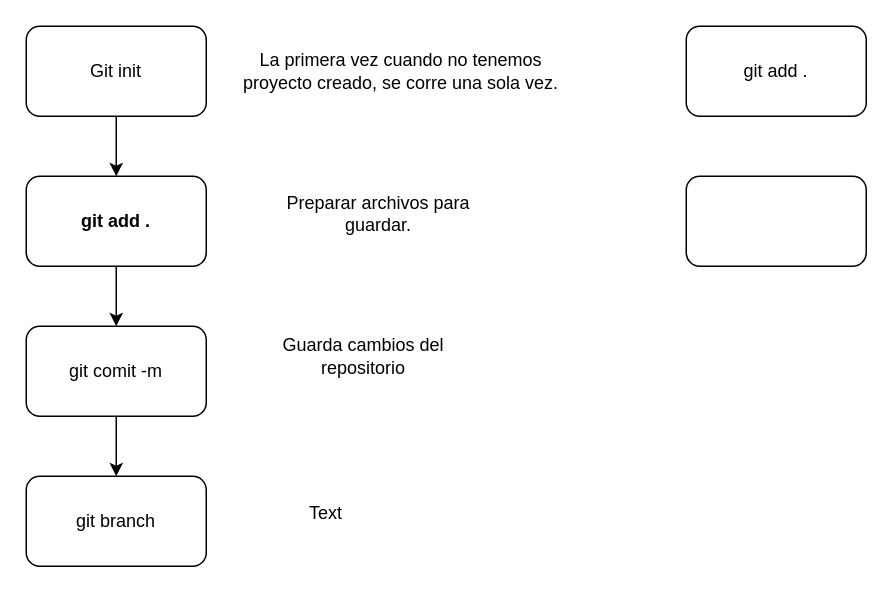
Before: page "Page-1" (1 of 2) of flujo.dio in arevaloramirezmariavictoria1/pagina-web-anime, a draw.io diagram. Source tidied: cells renumbered, new cells numbered last; positions are measured from the earlier drawing's top-left corner, leaving out a move shared by most shapes. Both pictures are drawn from the tidied source at 150%, with x=0, y=0 at pixel (26, 26).
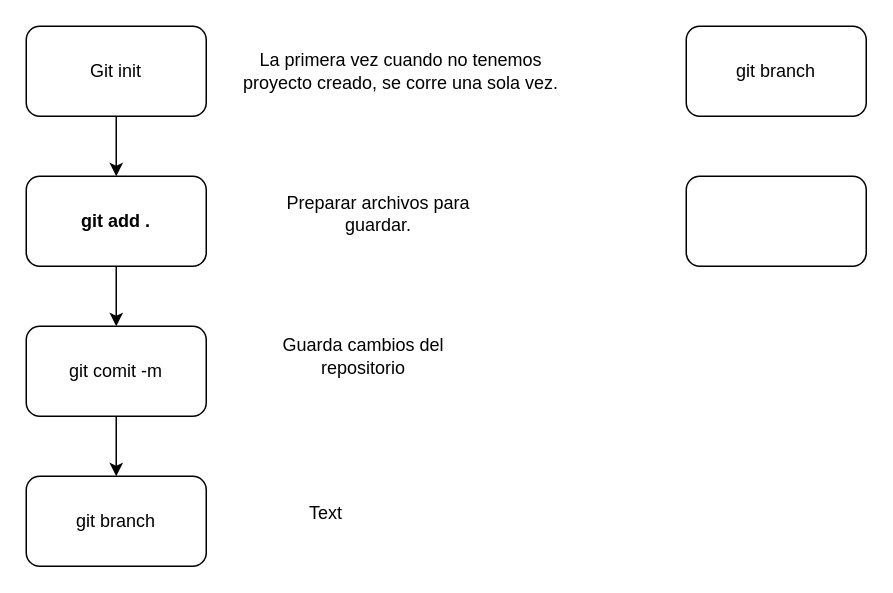
After the change.

The edit, as a diff of the source:
```diff
@@
 <mxGraphModel>
   <root>
     <mxCell id="0" />
     <mxCell id="1" parent="0" />
     <mxCell id="2" style="edgeStyle=none;html=1;" parent="1" edge="1" source="3" target="5">
       <mxGeometry relative="1" as="geometry" />
     </mxCell>
     <mxCell id="3" value="Git init" style="rounded=1;whiteSpace=wrap;html=1;" parent="1" vertex="1">
       <mxGeometry width="120" height="60" as="geometry" />
     </mxCell>
     <mxCell id="4" style="edgeStyle=none;html=1;" parent="1" edge="1" source="5" target="9">
       <mxGeometry relative="1" as="geometry" />
     </mxCell>
     <mxCell id="5" value="git add ." style="rounded=1;whiteSpace=wrap;html=1;fontStyle=1;" parent="1" vertex="1">
       <mxGeometry y="100" width="120" height="60" as="geometry" />
     </mxCell>
     <mxCell id="6" value="La primera vez cuando no tenemos proyecto creado, se corre una sola vez." style="text;html=1;align=center;verticalAlign=middle;whiteSpace=wrap;rounded=0;" parent="1" vertex="1">
       <mxGeometry x="140" y="15" width="220" height="30" as="geometry" />
     </mxCell>
     <mxCell id="7" value="Preparar archivos para guardar." style="text;html=1;align=center;verticalAlign=middle;whiteSpace=wrap;rounded=0;" parent="1" vertex="1">
       <mxGeometry x="150" y="110" width="170" height="30" as="geometry" />
     </mxCell>
     <mxCell id="8" style="edgeStyle=none;html=1;" parent="1" edge="1" source="9" target="10">
       <mxGeometry relative="1" as="geometry" />
     </mxCell>
     <mxCell id="9" value="git comit -m" style="rounded=1;whiteSpace=wrap;html=1;" parent="1" vertex="1">
       <mxGeometry y="200" width="120" height="60" as="geometry" />
     </mxCell>
     <mxCell id="10" value="git branch" style="rounded=1;whiteSpace=wrap;html=1;" parent="1" vertex="1">
       <mxGeometry y="300" width="120" height="60" as="geometry" />
     </mxCell>
     <mxCell id="11" value="Text" style="text;html=1;align=center;verticalAlign=middle;whiteSpace=wrap;rounded=0;" parent="1" vertex="1">
       <mxGeometry x="170" y="310" width="60" height="30" as="geometry" />
     </mxCell>
     <mxCell id="12" value="Guarda cambios del repositorio" style="text;html=1;align=center;verticalAlign=middle;whiteSpace=wrap;rounded=0;" parent="1" vertex="1">
       <mxGeometry x="150" y="210" width="150" height="20" as="geometry" />
     </mxCell>
-    <mxCell id="13" value="git add ." style="rounded=1;whiteSpace=wrap;html=1;" parent="1" vertex="1">
+    <mxCell id="13" value="git branch" style="rounded=1;whiteSpace=wrap;html=1;" parent="1" vertex="1">
       <mxGeometry x="440" width="120" height="60" as="geometry" />
     </mxCell>
     <mxCell id="14" style="rounded=1;whiteSpace=wrap;html=1;" parent="1" vertex="1">
       <mxGeometry x="440" y="100" width="120" height="60" as="geometry" />
     </mxCell>
   </root>
 </mxGraphModel>
```
